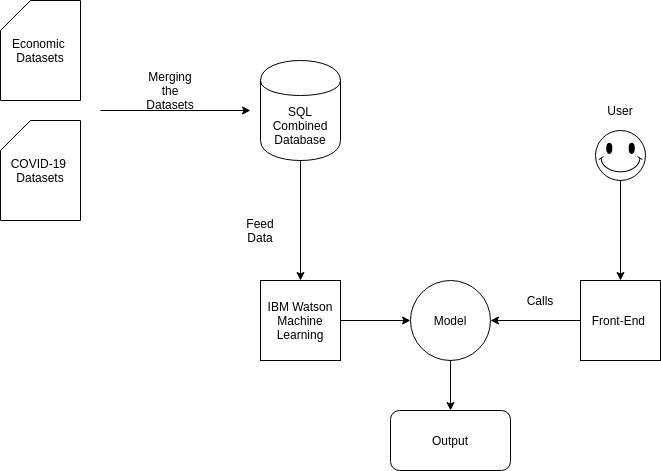
Above: CMPE272_Architecture.png in SJSUSpring2020-CMPE272/COVID-19-on-the-Market (draw.io), before the change. Source tidied: cells renumbered, new cells last; positions are measured from the earlier drawing's top-left corner, leaving out a move shared by most shapes.
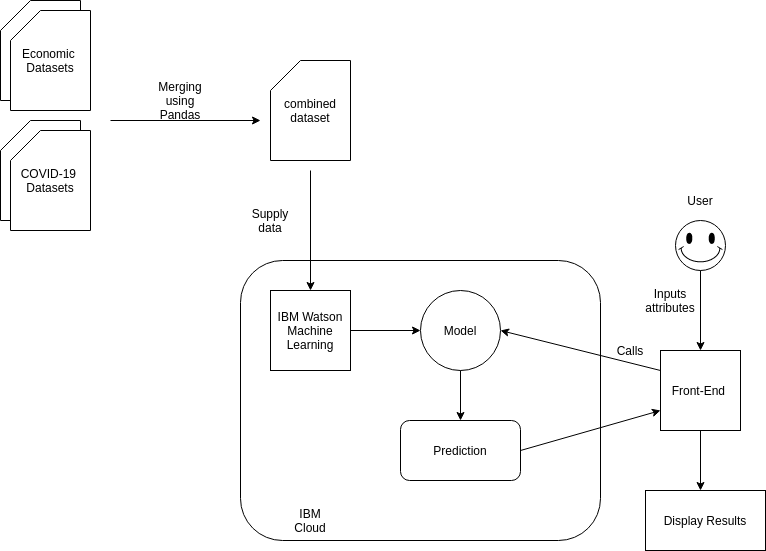
Above is the later version.

What changed in the source:
```diff
@@ -2,53 +2,61 @@
   <root>
     <mxCell id="0" />
     <mxCell id="1" parent="0" />
+    <mxCell id="20" style="rounded=1;whiteSpace=wrap;html=1;" parent="1" vertex="1">
+      <mxGeometry x="230" y="250" width="360" height="280" as="geometry" />
+    </mxCell>
+    <mxCell id="21" style="shape=card;whiteSpace=wrap;html=1;" parent="1" vertex="1">
+      <mxGeometry x="-10" y="-10" width="80" height="100" as="geometry" />
+    </mxCell>
+    <mxCell id="4" value="Economic&amp;nbsp;&lt;br&gt;Datasets" style="shape=card;whiteSpace=wrap;html=1;" parent="1" vertex="1">
+      <mxGeometry width="80" height="100" as="geometry" />
+    </mxCell>
+    <mxCell id="22" style="shape=card;whiteSpace=wrap;html=1;" parent="1" vertex="1">
+      <mxGeometry x="-10" y="110" width="80" height="100" as="geometry" />
+    </mxCell>
     <mxCell id="2" style="endArrow=classic;html=1;" parent="1" edge="1">
       <mxGeometry relative="1" as="geometry">
         <mxPoint x="100" y="110" as="sourcePoint" />
         <mxPoint x="250" y="110" as="targetPoint" />
       </mxGeometry>
     </mxCell>
-    <mxCell id="3" value="SQL&lt;br&gt;Combined&lt;br&gt;Database" style="shape=cylinder;whiteSpace=wrap;html=1;boundedLbl=1;backgroundOutline=1;" parent="1" vertex="1">
-      <mxGeometry x="260" y="60" width="80" height="100" as="geometry" />
-    </mxCell>
-    <mxCell id="4" value="Economic&amp;nbsp;&lt;br&gt;Datasets" style="shape=card;whiteSpace=wrap;html=1;" parent="1" vertex="1">
-      <mxGeometry width="80" height="100" as="geometry" />
-    </mxCell>
     <mxCell id="5" value="COVID-19&amp;nbsp;&lt;br&gt;Datasets" style="shape=card;whiteSpace=wrap;html=1;" parent="1" vertex="1">
       <mxGeometry y="120" width="80" height="100" as="geometry" />
     </mxCell>
-    <mxCell id="6" value="Merging the Datasets" style="text;html=1;strokeColor=none;fillColor=none;align=center;verticalAlign=middle;whiteSpace=wrap;rounded=0;" parent="1" vertex="1">
+    <mxCell id="6" value="Merging using Pandas" style="text;html=1;strokeColor=none;fillColor=none;align=center;verticalAlign=middle;whiteSpace=wrap;rounded=0;" parent="1" vertex="1">
       <mxGeometry x="150" y="80" width="40" height="20" as="geometry" />
     </mxCell>
     <mxCell id="7" value="IBM Watson&lt;br&gt;Machine Learning" style="whiteSpace=wrap;html=1;" parent="1" vertex="1">
       <mxGeometry x="260" y="280" width="80" height="80" as="geometry" />
     </mxCell>
-    <mxCell id="8" style="endArrow=classic;html=1;exitX=0.5;exitY=1;exitDx=0;exitDy=0;entryX=0.5;entryY=0;entryDx=0;entryDy=0;" parent="1" edge="1" source="3" target="7">
-      <mxGeometry relative="1" as="geometry" />
+    <mxCell id="8" style="endArrow=classic;html=1;exitX=0.5;exitY=1;exitDx=0;exitDy=0;entryX=0.5;entryY=0;entryDx=0;entryDy=0;" parent="1" edge="1" target="7">
+      <mxGeometry relative="1" as="geometry">
+        <mxPoint x="300" y="160" as="sourcePoint" />
+      </mxGeometry>
     </mxCell>
-    <mxCell id="9" value="Feed Data&lt;br&gt;" style="text;html=1;strokeColor=none;fillColor=none;align=center;verticalAlign=middle;whiteSpace=wrap;rounded=0;" parent="1" vertex="1">
-      <mxGeometry x="240" y="220" width="40" height="20" as="geometry" />
+    <mxCell id="9" value="Supply data" style="text;html=1;strokeColor=none;fillColor=none;align=center;verticalAlign=middle;whiteSpace=wrap;rounded=0;" parent="1" vertex="1">
+      <mxGeometry x="240" y="200" width="40" height="20" as="geometry" />
     </mxCell>
     <mxCell id="10" value="Model" style="ellipse;whiteSpace=wrap;html=1;" parent="1" vertex="1">
       <mxGeometry x="410" y="280" width="80" height="80" as="geometry" />
     </mxCell>
     <mxCell id="11" value="Front-End&amp;nbsp;" style="whiteSpace=wrap;html=1;" parent="1" vertex="1">
-      <mxGeometry x="580" y="280" width="80" height="80" as="geometry" />
+      <mxGeometry x="650" y="340" width="80" height="80" as="geometry" />
     </mxCell>
     <mxCell id="12" style="endArrow=classic;html=1;entryX=0;entryY=0.5;entryDx=0;entryDy=0;exitX=1;exitY=0.5;exitDx=0;exitDy=0;" parent="1" edge="1" source="7" target="10">
       <mxGeometry relative="1" as="geometry" />
     </mxCell>
-    <mxCell id="13" style="endArrow=classic;html=1;exitX=0;exitY=0.5;exitDx=0;exitDy=0;entryX=1;entryY=0.5;entryDx=0;entryDy=0;" parent="1" edge="1" source="11" target="10">
+    <mxCell id="13" style="endArrow=classic;html=1;exitX=0;exitY=0.25;exitDx=0;exitDy=0;entryX=1;entryY=0.5;entryDx=0;entryDy=0;" parent="1" edge="1" source="11" target="10">
       <mxGeometry relative="1" as="geometry" />
     </mxCell>
     <mxCell id="14" value="Calls" style="text;html=1;strokeColor=none;fillColor=none;align=center;verticalAlign=middle;whiteSpace=wrap;rounded=0;" parent="1" vertex="1">
-      <mxGeometry x="520" y="290" width="40" height="20" as="geometry" />
+      <mxGeometry x="600" y="330" width="40" height="20" as="geometry" />
     </mxCell>
     <mxCell id="15" style="verticalLabelPosition=bottom;verticalAlign=top;html=1;shape=mxgraph.basic.smiley;" parent="1" vertex="1">
-      <mxGeometry x="595" y="130" width="50" height="50" as="geometry" />
+      <mxGeometry x="665" y="210" width="50" height="50" as="geometry" />
     </mxCell>
     <mxCell id="16" value="User" style="text;html=1;strokeColor=none;fillColor=none;align=center;verticalAlign=middle;whiteSpace=wrap;rounded=0;" parent="1" vertex="1">
-      <mxGeometry x="600" y="100" width="40" height="20" as="geometry" />
+      <mxGeometry x="670" y="180" width="40" height="20" as="geometry" />
     </mxCell>
     <mxCell id="17" style="endArrow=classic;html=1;exitX=0.5;exitY=1;exitDx=0;exitDy=0;exitPerimeter=0;entryX=0.5;entryY=0;entryDx=0;entryDy=0;" parent="1" edge="1" source="15" target="11">
       <mxGeometry relative="1" as="geometry" />
@@ -58,8 +66,28 @@
         <mxPoint x="450" y="410" as="targetPoint" />
       </mxGeometry>
     </mxCell>
-    <mxCell id="19" value="Output" style="rounded=1;whiteSpace=wrap;html=1;" parent="1" vertex="1">
+    <mxCell id="19" value="Prediction" style="rounded=1;whiteSpace=wrap;html=1;" parent="1" vertex="1">
       <mxGeometry x="390" y="410" width="120" height="60" as="geometry" />
     </mxCell>
+    <mxCell id="23" value="combined dataset" style="shape=card;whiteSpace=wrap;html=1;" parent="1" vertex="1">
+      <mxGeometry x="260" y="50" width="80" height="100" as="geometry" />
+    </mxCell>
+    <mxCell id="24" value="IBM Cloud" style="text;html=1;strokeColor=none;fillColor=none;align=center;verticalAlign=middle;whiteSpace=wrap;rounded=0;" parent="1" vertex="1">
+      <mxGeometry x="280" y="500" width="40" height="20" as="geometry" />
+    </mxCell>
+    <mxCell id="25" style="endArrow=classic;html=1;exitX=1;exitY=0.5;exitDx=0;exitDy=0;entryX=0;entryY=0.75;entryDx=0;entryDy=0;" parent="1" edge="1" source="19" target="11">
+      <mxGeometry relative="1" as="geometry" />
+    </mxCell>
+    <mxCell id="26" value="Display Results" style="rounded=0;whiteSpace=wrap;html=1;" parent="1" vertex="1">
+      <mxGeometry x="635" y="480" width="120" height="60" as="geometry" />
+    </mxCell>
+    <mxCell id="27" style="endArrow=classic;html=1;exitX=0.5;exitY=1;exitDx=0;exitDy=0;" parent="1" edge="1" source="11">
+      <mxGeometry relative="1" as="geometry">
+        <mxPoint x="690" y="480" as="targetPoint" />
+      </mxGeometry>
+    </mxCell>
+    <mxCell id="28" value="Inputs attributes" style="text;html=1;strokeColor=none;fillColor=none;align=center;verticalAlign=middle;whiteSpace=wrap;rounded=0;" parent="1" vertex="1">
+      <mxGeometry x="640" y="280" width="40" height="20" as="geometry" />
+    </mxCell>
   </root>
 </mxGraphModel>
```
